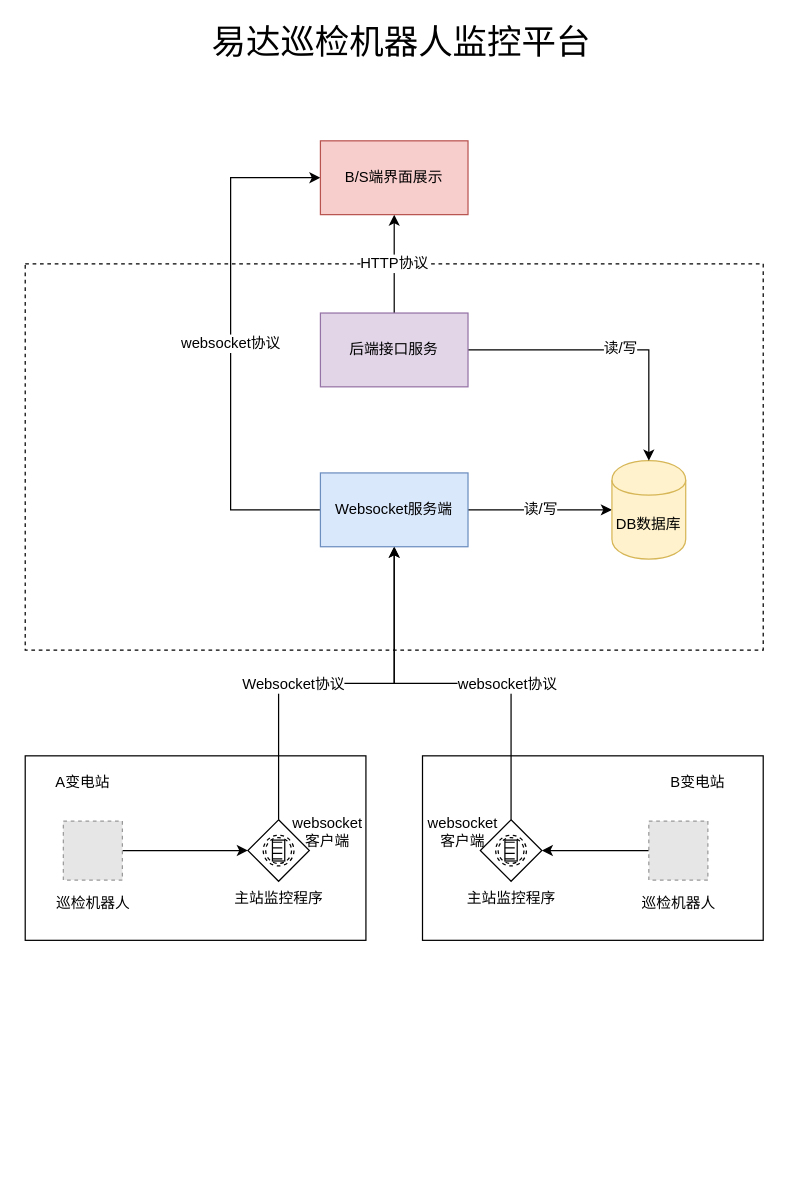
Earlier version of the draw.io diagram ydrobot-monitor.drawio (wangyufei0807/draw). Source tidied: cells renumbered, new cells numbered last; positions are measured from the earlier drawing's top-left corner, leaving out a move shared by most shapes. Both pictures are drawn from the tidied source at 123%, with x=0, y=0 at pixel (25, 30). Pictures stored in the file or linked from it are replaced by grey dashed boxes.
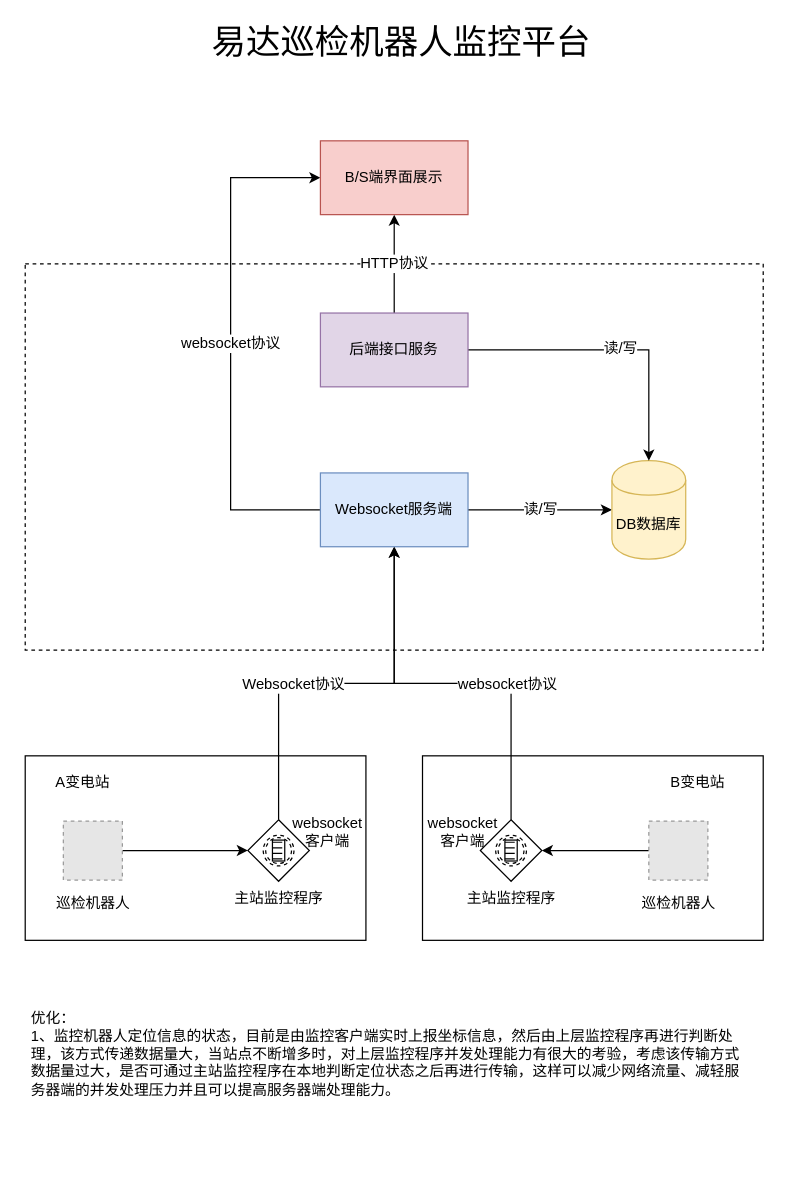
The same diagram, later.

Diff of the diagram source:
```diff
@@
+    <mxCell id="30" value="优化：&lt;br&gt;1、监控机器人定位信息的状态，目前是由监控客户端实时上报坐标信息，然后由上层监控程序再进行判断处理，该方式传递数据量大，当站点不断增多时，对上层监控程序并发处理能力有很大的考验，考虑该传输方式数据量过大，是否可通过主站监控程序在本地判断定位状态之后再进行传输，这样可以减少网络流量、减轻服务器端的并发处理压力并且可以提高服务器端处理能力。" style="text;strokeColor=none;fillColor=none;align=left;verticalAlign=top;rounded=0;fontSize=12;horizontal=1;spacingTop=4;spacing=8;spacingLeft=0;html=1;whiteSpace=wrap;labelBorderColor=none;labelBackgroundColor=none;fontColor=#000000;" parent="1" vertex="1">
+      <mxGeometry x="-3" y="780" width="600" height="140" as="geometry" />
+    </mxCell>
```
